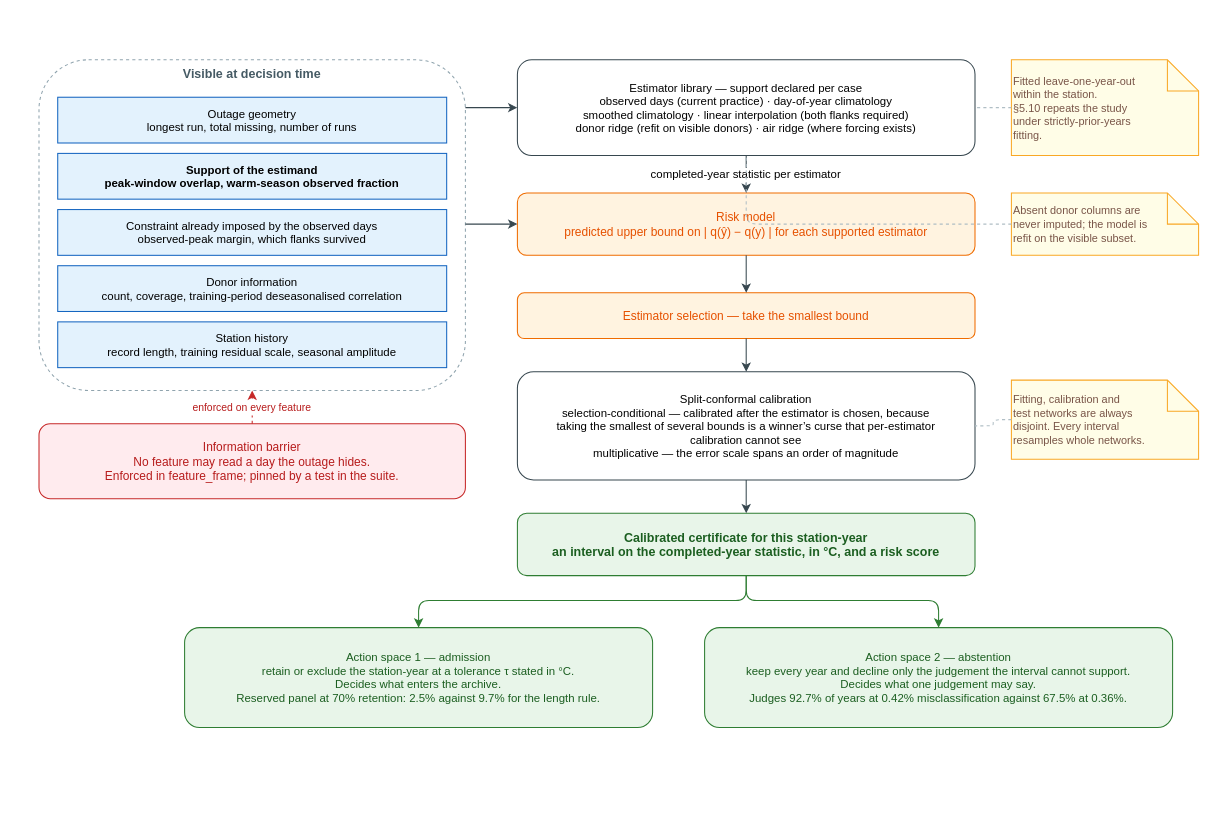
Before: figures/v17/drawio/f1_system_architecture.drawio in shutiao23/stream-recoverability, a draw.io diagram. Source tidied: cells renumbered, new cells numbered last; positions are measured from the earlier drawing's top-left corner, leaving out a move shared by most shapes. Both pictures are drawn from the tidied source at 104%, with x=0, y=0 at pixel (38, 59).
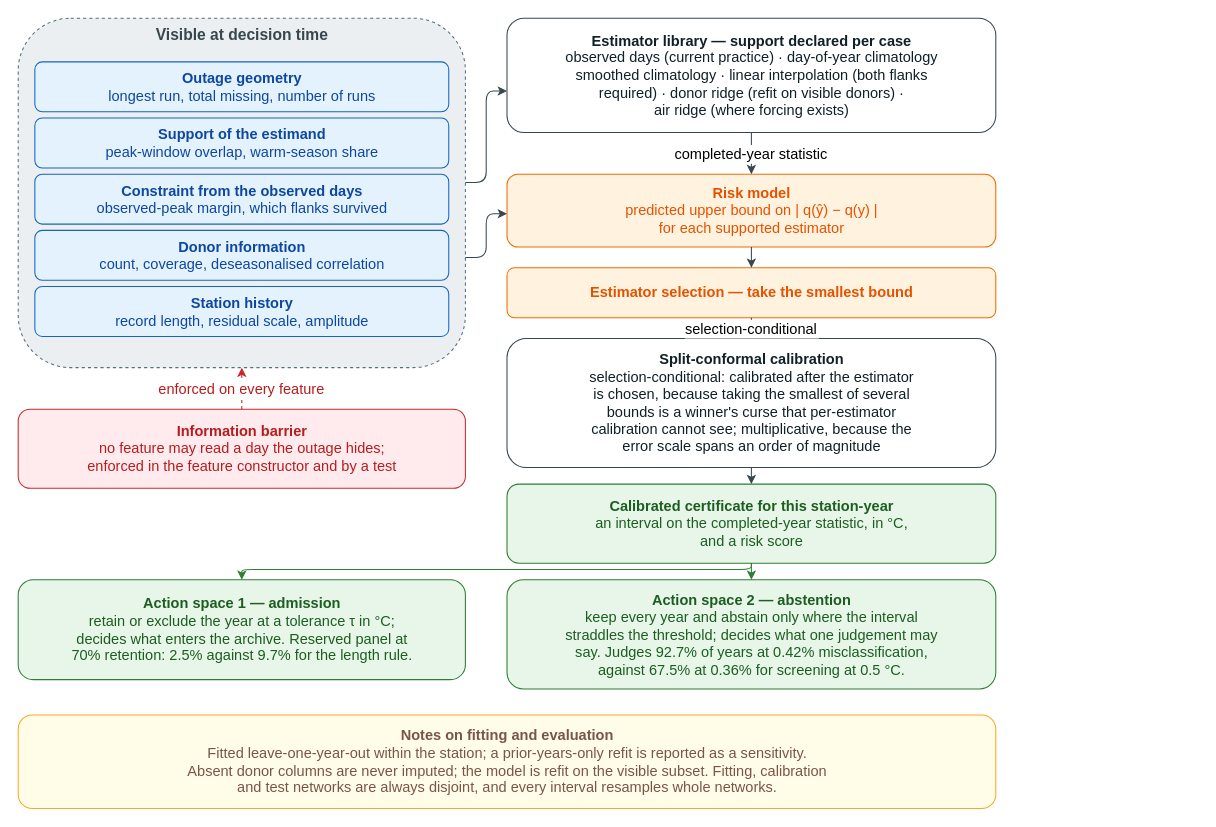
The same page after the edit.

The edit, as a diff of the source:
```diff
@@
-    <mxCell id="2" value="Visible at decision time" style="rounded=1;fillColor=none;strokeColor=#90A4AE;dashed=1;fontSize=12;fontStyle=1;fontColor=#455A64;verticalAlign=top;" parent="1" vertex="1">
-      <mxGeometry width="410" height="318" as="geometry" />
+    <mxCell id="2" value="&lt;b&gt;Visible at decision time&lt;/b&gt;" style="rounded=1;html=1;fillColor=#ECEFF1;strokeColor=#546E7A;fontSize=15;fontColor=#37474F;dashed=1;verticalAlign=top;" parent="1" vertex="1">
+      <mxGeometry x="-20" y="-40" width="430" height="336" as="geometry" />
     </mxCell>
-    <mxCell id="3" value="Outage geometry&#10;longest run, total missing, number of runs" style="rounded=0;fillColor=#E3F2FD;strokeColor=#1565C0;fontSize=11;" parent="1" vertex="1">
-      <mxGeometry x="18" y="36" width="374" height="44" as="geometry" />
+    <mxCell id="3" value="&lt;b&gt;Outage geometry&lt;/b&gt;&#10;longest run, total missing, number of runs" style="rounded=1;html=1;fillColor=#E3F2FD;strokeColor=#1565C0;fontSize=14;fontColor=#0D47A1;" parent="1" vertex="1">
+      <mxGeometry x="-4" y="2" width="398" height="48" as="geometry" />
     </mxCell>
-    <mxCell id="4" value="Support of the estimand&#10;peak-window overlap, warm-season observed fraction" style="rounded=0;fillColor=#E3F2FD;strokeColor=#1565C0;fontSize=11;fontStyle=1;" parent="1" vertex="1">
-      <mxGeometry x="18" y="90" width="374" height="44" as="geometry" />
+    <mxCell id="4" value="&lt;b&gt;Support of the estimand&lt;/b&gt;&#10;peak-window overlap, warm-season share" style="rounded=1;html=1;fillColor=#E3F2FD;strokeColor=#1565C0;fontSize=14;fontColor=#0D47A1;" parent="1" vertex="1">
+      <mxGeometry x="-4" y="56" width="398" height="48" as="geometry" />
     </mxCell>
-    <mxCell id="5" value="Constraint already imposed by the observed days&#10;observed-peak margin, which flanks survived" style="rounded=0;fillColor=#E3F2FD;strokeColor=#1565C0;fontSize=11;" parent="1" vertex="1">
-      <mxGeometry x="18" y="144" width="374" height="44" as="geometry" />
+    <mxCell id="5" value="&lt;b&gt;Constraint from the observed days&lt;/b&gt;&#10;observed-peak margin, which flanks survived" style="rounded=1;html=1;fillColor=#E3F2FD;strokeColor=#1565C0;fontSize=14;fontColor=#0D47A1;" parent="1" vertex="1">
+      <mxGeometry x="-4" y="110" width="398" height="48" as="geometry" />
     </mxCell>
-    <mxCell id="6" value="Donor information&#10;count, coverage, training-period deseasonalised correlation" style="rounded=0;fillColor=#E3F2FD;strokeColor=#1565C0;fontSize=11;" parent="1" vertex="1">
-      <mxGeometry x="18" y="198" width="374" height="44" as="geometry" />
+    <mxCell id="6" value="&lt;b&gt;Donor information&lt;/b&gt;&#10;count, coverage, deseasonalised correlation" style="rounded=1;html=1;fillColor=#E3F2FD;strokeColor=#1565C0;fontSize=14;fontColor=#0D47A1;" parent="1" vertex="1">
+      <mxGeometry x="-4" y="164" width="398" height="48" as="geometry" />
     </mxCell>
-    <mxCell id="7" value="Station history&#10;record length, training residual scale, seasonal amplitude" style="rounded=0;fillColor=#E3F2FD;strokeColor=#1565C0;fontSize=11;" parent="1" vertex="1">
-      <mxGeometry x="18" y="252" width="374" height="44" as="geometry" />
+    <mxCell id="7" value="&lt;b&gt;Station history&lt;/b&gt;&#10;record length, residual scale, amplitude" style="rounded=1;html=1;fillColor=#E3F2FD;strokeColor=#1565C0;fontSize=14;fontColor=#0D47A1;" parent="1" vertex="1">
+      <mxGeometry x="-4" y="218" width="398" height="48" as="geometry" />
     </mxCell>
-    <mxCell id="8" value="Information barrier&#10;No feature may read a day the outage hides.&#10;Enforced in feature_frame; pinned by a test in the suite." style="rounded=1;fillColor=#FFEBEE;strokeColor=#C62828;fontSize=11.5;fontColor=#B71C1C;" parent="1" vertex="1">
-      <mxGeometry y="350" width="410" height="72" as="geometry" />
+    <mxCell id="8" value="&lt;b&gt;Information barrier&lt;/b&gt;&#10;no feature may read a day the outage hides;&#10;enforced in the feature constructor and by a test" style="rounded=1;html=1;fillColor=#FFEBEE;strokeColor=#C62828;fontSize=14;fontColor=#B71C1C;" parent="1" vertex="1">
+      <mxGeometry x="-20" y="336" width="430" height="76" as="geometry" />
     </mxCell>
-    <mxCell id="9" value="Estimator library — support declared per case&#10;observed days (current practice)  ·  day-of-year climatology&#10;smoothed climatology  ·  linear interpolation (both flanks required)&#10;donor ridge (refit on visible donors)  ·  air ridge (where forcing exists)" style="rounded=1;fillColor=#FFFFFF;strokeColor=#37474F;fontSize=11;" parent="1" vertex="1">
-      <mxGeometry x="460" width="440" height="92" as="geometry" />
+    <mxCell id="9" value="&lt;b&gt;Estimator library — support declared per case&lt;/b&gt;&#10;observed days (current practice) · day-of-year climatology&#10;smoothed climatology · linear interpolation (both flanks&#10;required) · donor ridge (refit on visible donors) ·&#10;air ridge (where forcing exists)" style="rounded=1;html=1;fillColor=#FFFFFF;strokeColor=#37474F;fontSize=14;fontColor=#102027;" parent="1" vertex="1">
+      <mxGeometry x="450" y="-40" width="470" height="110" as="geometry" />
     </mxCell>
-    <mxCell id="10" value="Risk model&#10;predicted upper bound on | q(ŷ) − q(y) | for each supported estimator" style="rounded=1;fillColor=#FFF3E0;strokeColor=#EF6C00;fontSize=11.5;fontColor=#E65100;" parent="1" vertex="1">
-      <mxGeometry x="460" y="128" width="440" height="60" as="geometry" />
+    <mxCell id="10" value="&lt;b&gt;Risk model&lt;/b&gt;&#10;predicted upper bound on | q(ŷ) − q(y) |&#10;for each supported estimator" style="rounded=1;html=1;fillColor=#FFF3E0;strokeColor=#EF6C00;fontSize=14;fontColor=#E65100;" parent="1" vertex="1">
+      <mxGeometry x="450" y="110" width="470" height="70" as="geometry" />
     </mxCell>
-    <mxCell id="11" value="Estimator selection — take the smallest bound" style="rounded=1;fillColor=#FFF3E0;strokeColor=#EF6C00;fontSize=11.5;fontColor=#E65100;" parent="1" vertex="1">
-      <mxGeometry x="460" y="224" width="440" height="44" as="geometry" />
+    <mxCell id="11" value="&lt;b&gt;Estimator selection — take the smallest bound&lt;/b&gt;" style="rounded=1;html=1;fillColor=#FFF3E0;strokeColor=#EF6C00;fontSize=14;fontColor=#E65100;" parent="1" vertex="1">
+      <mxGeometry x="450" y="200" width="470" height="48" as="geometry" />
     </mxCell>
-    <mxCell id="12" value="Split-conformal calibration&#10;selection-conditional — calibrated after the estimator is chosen, because&#10;taking the smallest of several bounds is a winner’s curse that per-estimator&#10;calibration cannot see&#10;multiplicative — the error scale spans an order of magnitude" style="rounded=1;fillColor=#FFFFFF;strokeColor=#37474F;fontSize=11;" parent="1" vertex="1">
-      <mxGeometry x="460" y="300" width="440" height="104" as="geometry" />
+    <mxCell id="12" value="&lt;b&gt;Split-conformal calibration&lt;/b&gt;&#10;selection-conditional: calibrated after the estimator&#10;is chosen, because taking the smallest of several&#10;bounds is a winner's curse that per-estimator&#10;calibration cannot see; multiplicative, because the&#10;error scale spans an order of magnitude" style="rounded=1;html=1;fillColor=#FFFFFF;strokeColor=#37474F;fontSize=14;fontColor=#102027;" parent="1" vertex="1">
+      <mxGeometry x="450" y="268" width="470" height="124" as="geometry" />
     </mxCell>
-    <mxCell id="13" value="Calibrated certificate for this station-year&#10;an interval on the completed-year statistic, in °C, and a risk score" style="rounded=1;fillColor=#E8F5E9;strokeColor=#2E7D32;fontSize=12;fontStyle=1;fontColor=#1B5E20;" parent="1" vertex="1">
-      <mxGeometry x="460" y="436" width="440" height="60" as="geometry" />
+    <mxCell id="13" value="&lt;b&gt;Calibrated certificate for this station-year&lt;/b&gt;&#10;an interval on the completed-year statistic, in °C,&#10;and a risk score" style="rounded=1;html=1;fillColor=#E8F5E9;strokeColor=#2E7D32;fontSize=14;fontColor=#1B5E20;" parent="1" vertex="1">
+      <mxGeometry x="450" y="408" width="470" height="76" as="geometry" />
     </mxCell>
-    <mxCell id="14" value="Action space 1 — admission&#10;retain or exclude the station-year at a tolerance τ stated in °C.&#10;Decides what enters the archive.&#10;Reserved panel at 70% retention: 2.5% against 9.7% for the length rule." style="rounded=1;fillColor=#E8F5E9;strokeColor=#2E7D32;fontSize=11;fontColor=#1B5E20;" parent="1" vertex="1">
-      <mxGeometry x="140" y="546" width="450" height="96" as="geometry" />
+    <mxCell id="14" value="&lt;b&gt;Action space 1 — admission&lt;/b&gt;&#10;retain or exclude the year at a tolerance τ in °C;&#10;decides what enters the archive. Reserved panel at&#10;70% retention: 2.5% against 9.7% for the length rule." style="rounded=1;html=1;fillColor=#E8F5E9;strokeColor=#2E7D32;fontSize=14;fontColor=#1B5E20;" parent="1" vertex="1">
+      <mxGeometry x="-20" y="500" width="430" height="96" as="geometry" />
     </mxCell>
-    <mxCell id="15" value="Action space 2 — abstention&#10;keep every year and decline only the judgement the interval cannot support.&#10;Decides what one judgement may say.&#10;Judges 92.7% of years at 0.42% misclassification against 67.5% at 0.36%." style="rounded=1;fillColor=#E8F5E9;strokeColor=#2E7D32;fontSize=11;fontColor=#1B5E20;" parent="1" vertex="1">
-      <mxGeometry x="640" y="546" width="450" height="96" as="geometry" />
+    <mxCell id="15" value="&lt;b&gt;Action space 2 — abstention&lt;/b&gt;&#10;keep every year and abstain only where the interval&#10;straddles the threshold; decides what one judgement may&#10;say. Judges 92.7% of years at 0.42% misclassification,&#10;against 67.5% at 0.36% for screening at 0.5 °C." style="rounded=1;html=1;fillColor=#E8F5E9;strokeColor=#2E7D32;fontSize=14;fontColor=#1B5E20;" parent="1" vertex="1">
+      <mxGeometry x="450" y="500" width="470" height="105" as="geometry" />
     </mxCell>
-    <mxCell id="16" value="Fitted leave-one-year-out&#10;within the station.&#10;§5.10 repeats the study&#10;under strictly-prior-years&#10;fitting." style="shape=note;fillColor=#FFFDE7;strokeColor=#F9A825;fontSize=10.5;fontColor=#795548;align=left;" parent="1" vertex="1">
-      <mxGeometry x="935" width="180" height="92" as="geometry" />
-    </mxCell>
-    <mxCell id="17" value="Absent donor columns are&#10;never imputed; the model is&#10;refit on the visible subset." style="shape=note;fillColor=#FFFDE7;strokeColor=#F9A825;fontSize=10.5;fontColor=#795548;align=left;" parent="1" vertex="1">
-      <mxGeometry x="935" y="128" width="180" height="60" as="geometry" />
-    </mxCell>
-    <mxCell id="18" value="Fitting, calibration and&#10;test networks are always&#10;disjoint. Every interval&#10;resamples whole networks." style="shape=note;fillColor=#FFFDE7;strokeColor=#F9A825;fontSize=10.5;fontColor=#795548;align=left;" parent="1" vertex="1">
-      <mxGeometry x="935" y="308" width="180" height="76" as="geometry" />
-    </mxCell>
+    <mxCell id="31" value="&lt;b&gt;Notes on fitting and evaluation&lt;/b&gt;&#10;Fitted leave-one-year-out within the station; a prior-years-only refit is reported as a sensitivity.&#10;Absent donor columns are never imputed; the model is refit on the visible subset. Fitting, calibration&#10;and test networks are always disjoint, and every interval resamples whole networks." style="rounded=1;html=1;fillColor=#FFFDE7;strokeColor=#F9A825;fontSize=14;fontColor=#795548;" parent="1" vertex="1">
+      <mxGeometry x="-20" y="630" width="940" height="90" as="geometry" />
+    </mxCell>
+    <mxCell id="21" value="enforced on every feature" style="edgeStyle=orthogonalEdgeStyle;strokeColor=#C62828;fontSize=14;fontColor=#B71C1C;dashed=1;" parent="1" edge="1" source="8" target="2">
+      <mxGeometry relative="1" as="geometry" />
+    </mxCell>
-    <mxCell id="19" style="edgeStyle=orthogonalEdgeStyle;strokeColor=#37474F;" parent="1" edge="1" source="2" target="9">
+    <mxCell id="19" style="edgeStyle=orthogonalEdgeStyle;strokeColor=#37474F;fontSize=14;" parent="1" edge="1" source="2" target="9">
       <mxGeometry relative="1" as="geometry">
         <Array as="points">
-          <mxPoint x="430" y="46" />
+          <mxPoint x="430" y="118" />
+          <mxPoint x="430" y="30" />
         </Array>
       </mxGeometry>
     </mxCell>
-    <mxCell id="20" style="edgeStyle=orthogonalEdgeStyle;strokeColor=#37474F;" parent="1" edge="1" source="2" target="10">
+    <mxCell id="20" style="edgeStyle=orthogonalEdgeStyle;strokeColor=#37474F;fontSize=14;" parent="1" edge="1" source="2" target="10">
       <mxGeometry relative="1" as="geometry">
         <Array as="points">
-          <mxPoint x="430" y="158" />
+          <mxPoint x="430" y="190" />
+          <mxPoint x="430" y="148" />
         </Array>
       </mxGeometry>
     </mxCell>
-    <mxCell id="21" value="enforced on every feature" style="edgeStyle=orthogonalEdgeStyle;strokeColor=#C62828;dashed=1;fontColor=#B71C1C;fontSize=10;" parent="1" edge="1" source="8" target="2">
-      <mxGeometry relative="1" as="geometry" />
-    </mxCell>
-    <mxCell id="22" value="completed-year statistic per estimator" style="edgeStyle=orthogonalEdgeStyle;strokeColor=#37474F;" parent="1" edge="1" source="9" target="10">
+    <mxCell id="22" value="completed-year statistic" style="edgeStyle=orthogonalEdgeStyle;strokeColor=#37474F;fontSize=14;" parent="1" edge="1" source="9" target="10">
       <mxGeometry relative="1" as="geometry" />
     </mxCell>
-    <mxCell id="23" style="edgeStyle=orthogonalEdgeStyle;strokeColor=#37474F;" parent="1" edge="1" source="10" target="11">
+    <mxCell id="23" style="edgeStyle=orthogonalEdgeStyle;strokeColor=#37474F;fontSize=14;" parent="1" edge="1" source="10" target="11">
       <mxGeometry relative="1" as="geometry" />
     </mxCell>
-    <mxCell id="24" style="edgeStyle=orthogonalEdgeStyle;strokeColor=#37474F;" parent="1" edge="1" source="11" target="12">
+    <mxCell id="24" value="selection-conditional" style="edgeStyle=orthogonalEdgeStyle;strokeColor=#37474F;fontSize=14;" parent="1" edge="1" source="11" target="12">
       <mxGeometry relative="1" as="geometry" />
     </mxCell>
-    <mxCell id="25" style="edgeStyle=orthogonalEdgeStyle;strokeColor=#37474F;" parent="1" edge="1" source="12" target="13">
+    <mxCell id="25" style="edgeStyle=orthogonalEdgeStyle;strokeColor=#37474F;fontSize=14;" parent="1" edge="1" source="12" target="13">
       <mxGeometry relative="1" as="geometry" />
     </mxCell>
-    <mxCell id="26" style="edgeStyle=orthogonalEdgeStyle;strokeColor=#2E7D32;" parent="1" edge="1" source="13" target="14">
+    <mxCell id="26" style="edgeStyle=orthogonalEdgeStyle;strokeColor=#2E7D32;fontSize=14;" parent="1" edge="1" source="13" target="14">
       <mxGeometry relative="1" as="geometry">
         <Array as="points">
-          <mxPoint x="680" y="520" />
-          <mxPoint x="365" y="520" />
+          <mxPoint x="685" y="490" />
+          <mxPoint x="195" y="490" />
         </Array>
       </mxGeometry>
     </mxCell>
-    <mxCell id="27" style="edgeStyle=orthogonalEdgeStyle;strokeColor=#2E7D32;" parent="1" edge="1" source="13" target="15">
-      <mxGeometry relative="1" as="geometry">
-        <Array as="points">
-          <mxPoint x="680" y="520" />
-          <mxPoint x="865" y="520" />
-        </Array>
-      </mxGeometry>
+    <mxCell id="27" style="edgeStyle=orthogonalEdgeStyle;strokeColor=#2E7D32;fontSize=14;" parent="1" edge="1" source="13" target="15">
+      <mxGeometry relative="1" as="geometry" />
     </mxCell>
-    <mxCell id="28" style="edgeStyle=orthogonalEdgeStyle;strokeColor=#B0BEC5;dashed=1;endArrow=none;" parent="1" edge="1" source="16" target="9">
-      <mxGeometry relative="1" as="geometry" />
-    </mxCell>
-    <mxCell id="29" style="edgeStyle=orthogonalEdgeStyle;strokeColor=#B0BEC5;dashed=1;endArrow=none;" parent="1" edge="1" source="17" target="9">
-      <mxGeometry relative="1" as="geometry" />
-    </mxCell>
-    <mxCell id="30" style="edgeStyle=orthogonalEdgeStyle;strokeColor=#B0BEC5;dashed=1;endArrow=none;" parent="1" edge="1" source="18" target="12">
-      <mxGeometry relative="1" as="geometry" />
-    </mxCell>
```
